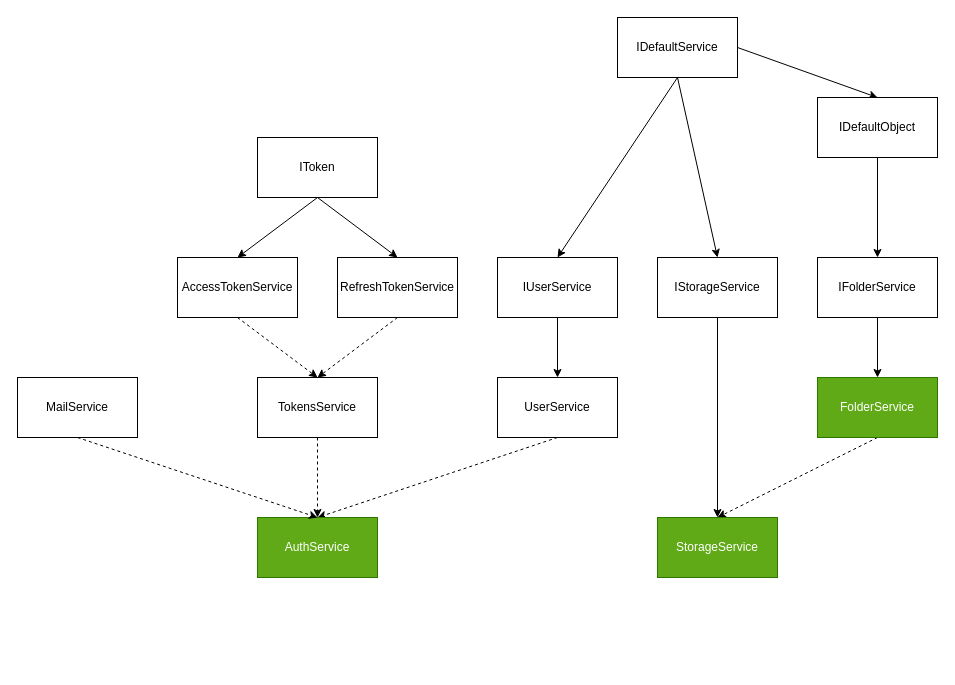
WheatleyCODE/storage-server keeps this draw.io diagram as page "Схема" (3 of 3) of project.drawio. Above is the earlier version. Source tidied: cells renumbered, new cells numbered last; positions are measured from the earlier drawing's top-left corner, leaving out a move shared by most shapes. Both pictures are drawn from the tidied source at 100%, with x=0, y=0 at pixel (17, 17).
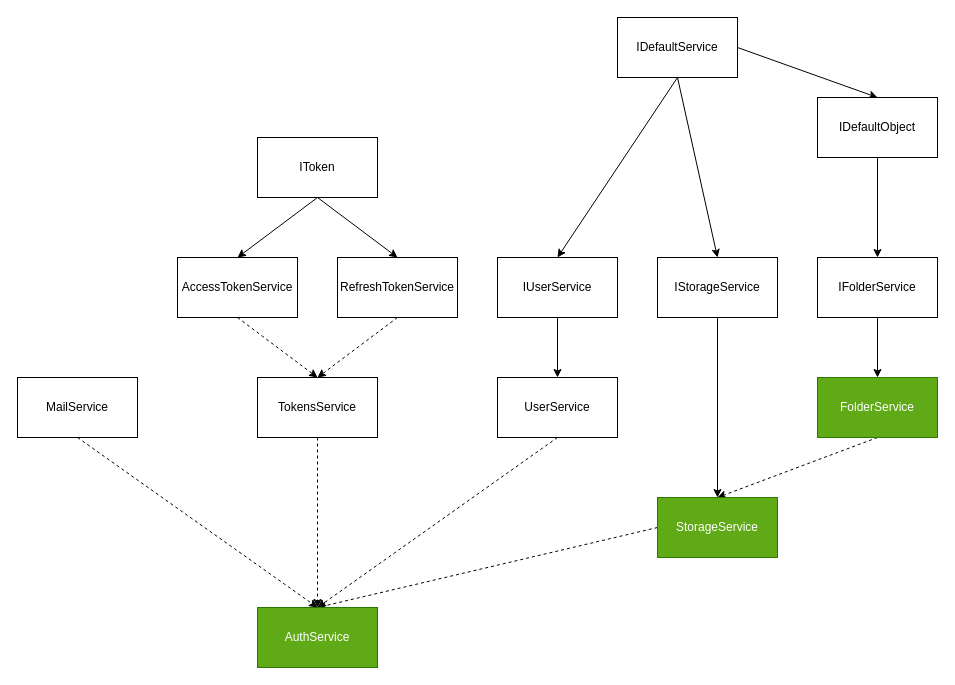
Above is the later version.

The edit, as a diff of the source:
```diff
@@
+    <mxCell id="31" style="edgeStyle=none;html=1;exitX=0;exitY=0.5;exitDx=0;exitDy=0;entryX=0.5;entryY=0;entryDx=0;entryDy=0;dashed=1;" parent="1" edge="1" source="25" target="28">
+      <mxGeometry relative="1" as="geometry" />
+    </mxCell>
     <mxCell id="25" value="StorageService" style="rounded=0;whiteSpace=wrap;html=1;fillColor=#60a917;fontColor=#ffffff;strokeColor=#2D7600;" parent="1" vertex="1">
-      <mxGeometry x="640" y="500" width="120" height="60" as="geometry" />
+      <mxGeometry x="640" y="480" width="120" height="60" as="geometry" />
     </mxCell>
@@
     <mxCell id="28" value="AuthService" style="rounded=0;whiteSpace=wrap;html=1;fillColor=#60a917;fontColor=#ffffff;strokeColor=#2D7600;" parent="1" vertex="1">
-      <mxGeometry x="240" y="500" width="120" height="60" as="geometry" />
+      <mxGeometry x="240" y="590" width="120" height="60" as="geometry" />
     </mxCell>
```
